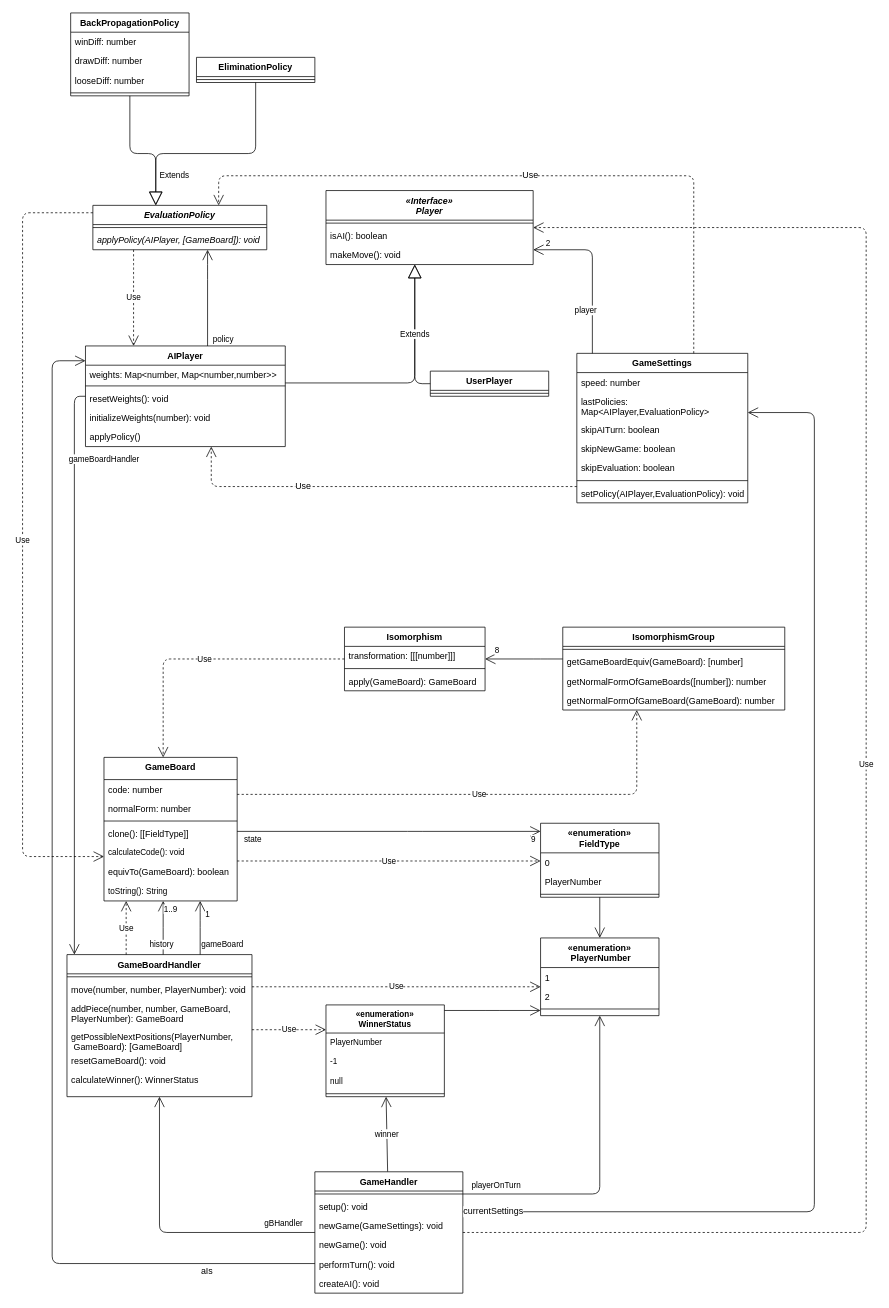
Earlier version of the draw.io diagram ProductBacklog/Klassendiagramme/Planung.drawio (idlaviV/TIKTacToe). Source tidied: cells renumbered, new cells numbered last; positions are measured from the earlier drawing's top-left corner, leaving out a move shared by most shapes. Both pictures are drawn from the tidied source at 74%, with x=0, y=0 at pixel (22, 13).
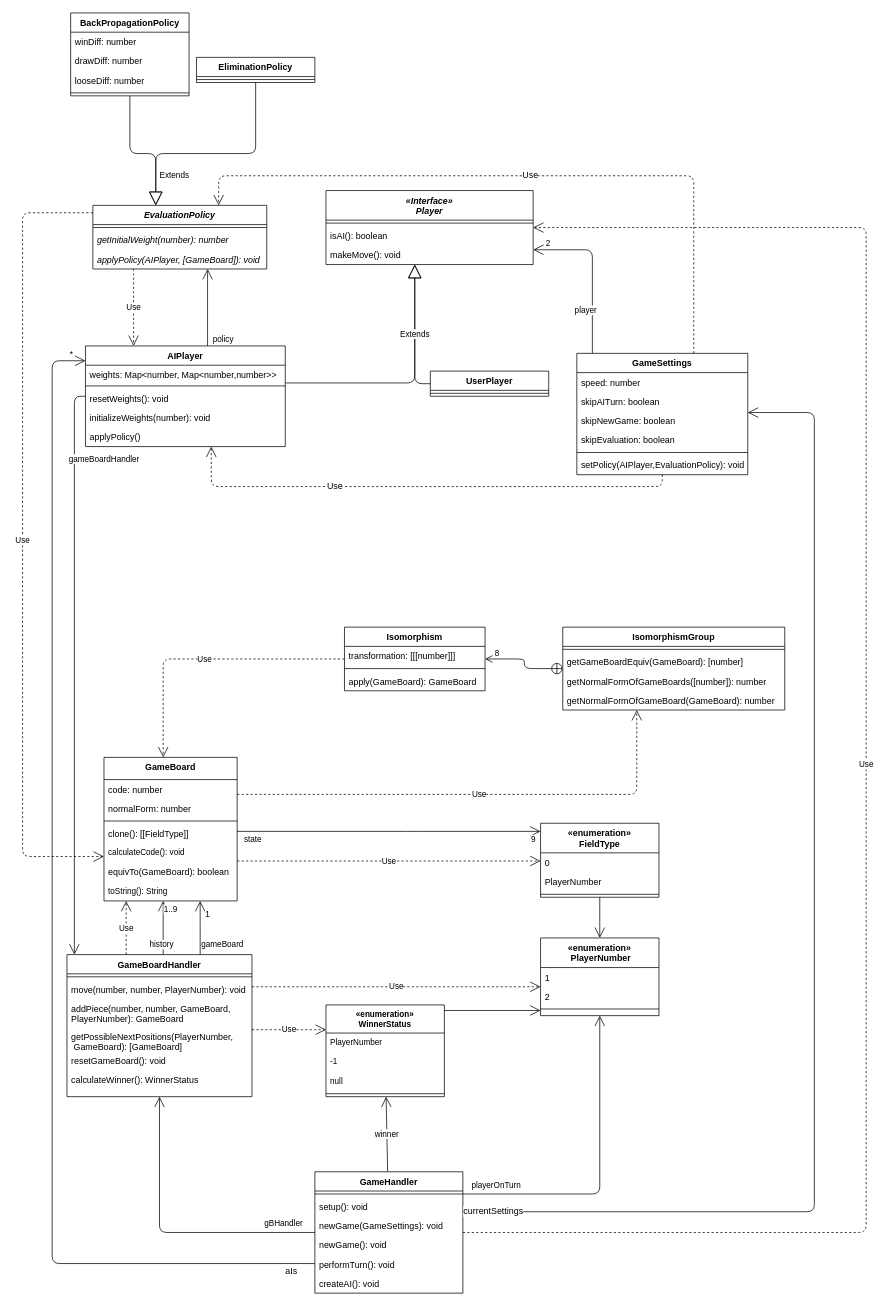
The same diagram, later.

Unchanged cells that the change refers to:
```xml
<mxCell id="35" value="Isomorphism" style="swimlane;fontStyle=1;align=center;verticalAlign=top;horizontal=1;startSize=26;rounded=0;" parent="1" vertex="1">
  <mxGeometry x="435" y="830" width="190" height="86" as="geometry" />
</mxCell>
<mxCell id="39" value="IsomorphismGroup" style="swimlane;fontStyle=1;align=center;verticalAlign=top;horizontal=1;startSize=26;rounded=0;" parent="1" vertex="1">
  <mxGeometry x="730" y="830" width="300" height="112" as="geometry" />
</mxCell>
<mxCell id="44" value="AIPlayer" style="swimlane;fontStyle=1;align=center;verticalAlign=top;horizontal=1;startSize=26;" parent="1" vertex="1">
  <mxGeometry x="85" y="450" width="270" height="136" as="geometry" />
</mxCell>
<mxCell id="79" value="GameHandler" style="swimlane;fontStyle=1;align=center;verticalAlign=top;horizontal=1;startSize=26;labelBackgroundColor=default;fillStyle=auto;" parent="1" vertex="1">
  <mxGeometry x="395" y="1566" width="200" height="164" as="geometry" />
</mxCell>
<mxCell id="112" style="endArrow=open;endFill=1;endSize=12;html=1;edgeStyle=elbowEdgeStyle;" parent="1" edge="1" source="44" target="57">
  <mxGeometry relative="1" as="geometry">
    <Array as="points">
      <mxPoint x="250" y="350" />
    </Array>
  </mxGeometry>
</mxCell>
```

The edit, as a diff of the source:
```diff
@@
     <mxCell id="57" value="EvaluationPolicy" style="swimlane;fontStyle=3;align=center;verticalAlign=top;horizontal=1;startSize=26;" parent="1" vertex="1">
-      <mxGeometry x="95" y="260" width="235" height="60" as="geometry" />
+      <mxGeometry x="95" y="260" width="235" height="86" as="geometry" />
     </mxCell>
@@
+    <mxCell id="114" value="getInitialWeight(number): number" style="text;strokeColor=none;fillColor=none;align=left;verticalAlign=top;spacingLeft=4;spacingRight=4;overflow=hidden;fontStyle=2;" parent="57" vertex="1">
+      <mxGeometry y="34" width="235" height="26" as="geometry" />
+    </mxCell>
     <mxCell id="59" value="applyPolicy(AIPlayer, [GameBoard]): void" style="text;strokeColor=none;fillColor=none;align=left;verticalAlign=top;spacingLeft=4;spacingRight=4;overflow=hidden;fontStyle=2;" parent="57" vertex="1">
-      <mxGeometry y="34" width="235" height="26" as="geometry" />
+      <mxGeometry y="60" width="235" height="26" as="geometry" />
     </mxCell>
@@
     <mxCell id="71" value="GameSettings" style="swimlane;fontStyle=1;align=center;verticalAlign=top;horizontal=1;startSize=26;" parent="1" vertex="1">
-      <mxGeometry x="749" y="460" width="231" height="202" as="geometry" />
+      <mxGeometry x="749" y="460" width="231" height="164" as="geometry" />
     </mxCell>
@@
-    <mxCell id="73" value="lastPolicies:&#10;Map&lt;AIPlayer,EvaluationPolicy&gt;" style="text;strokeColor=none;fillColor=none;align=left;verticalAlign=top;spacingLeft=4;spacingRight=4;overflow=hidden;" parent="71" vertex="1">
-      <mxGeometry y="52" width="231" height="38" as="geometry" />
-    </mxCell>
     <mxCell id="74" value="skipAITurn: boolean" style="text;strokeColor=none;fillColor=none;align=left;verticalAlign=top;spacingLeft=4;spacingRight=4;overflow=hidden;" parent="71" vertex="1">
-      <mxGeometry y="90" width="231" height="26" as="geometry" />
+      <mxGeometry y="52" width="231" height="26" as="geometry" />
     </mxCell>
     <mxCell id="75" value="skipNewGame: boolean" style="text;strokeColor=none;fillColor=none;align=left;verticalAlign=top;spacingLeft=4;spacingRight=4;overflow=hidden;" parent="71" vertex="1">
-      <mxGeometry y="116" width="231" height="26" as="geometry" />
+      <mxGeometry y="78" width="231" height="26" as="geometry" />
     </mxCell>
     <mxCell id="76" value="skipEvaluation: boolean" style="text;strokeColor=none;fillColor=none;align=left;verticalAlign=top;spacingLeft=4;spacingRight=4;overflow=hidden;" parent="71" vertex="1">
-      <mxGeometry y="142" width="231" height="26" as="geometry" />
+      <mxGeometry y="104" width="231" height="26" as="geometry" />
     </mxCell>
     <mxCell id="77" style="line;strokeWidth=1;fillColor=none;align=left;verticalAlign=middle;spacingTop=-1;spacingLeft=3;spacingRight=3;labelPosition=right;strokeColor=inherit;" parent="71" vertex="1">
-      <mxGeometry y="168" width="231" height="8" as="geometry" />
+      <mxGeometry y="130" width="231" height="8" as="geometry" />
     </mxCell>
     <mxCell id="78" value="setPolicy(AIPlayer,EvaluationPolicy): void" style="text;strokeColor=none;fillColor=none;align=left;verticalAlign=top;spacingLeft=4;spacingRight=4;overflow=hidden;" parent="71" vertex="1">
-      <mxGeometry y="176" width="231" height="26" as="geometry" />
+      <mxGeometry y="138" width="231" height="26" as="geometry" />
     </mxCell>
@@
     <mxCell id="86" value="aIs" style="endArrow=open;endSize=12;html=1;rounded=1;fontSize=12;elbow=vertical;edgeStyle=orthogonalEdgeStyle;" parent="1" edge="1" source="79" target="44">
-      <mxGeometry x="-0.82" y="10" relative="1" as="geometry">
+      <mxGeometry x="-0.96" y="10" relative="1" as="geometry">
         <Array as="points">
           <mxPoint x="40" y="1690" />
           <mxPoint x="40" y="470" />
         </Array>
       </mxGeometry>
     </mxCell>
+    <mxCell id="115" value="*" style="edgeLabel;html=1;align=center;verticalAlign=middle;" parent="86" vertex="1">
+      <mxGeometry x="0.93" y="-1" relative="1" as="geometry">
+        <mxPoint x="24" y="-22" as="offset" />
+      </mxGeometry>
+    </mxCell>
@@
-    <mxCell id="106" style="endArrow=open;endFill=1;endSize=12;html=1;edgeStyle=elbowEdgeStyle;" parent="1" edge="1" source="39" target="35">
-      <mxGeometry relative="1" as="geometry">
-        <Array as="points">
-          <mxPoint x="700" y="873" />
-          <mxPoint x="680" y="856" />
-        </Array>
-      </mxGeometry>
-    </mxCell>
-    <mxCell id="107" value="8" style="edgeLabel;html=1;align=center;verticalAlign=middle;" parent="106" vertex="1">
-      <mxGeometry x="-0.1" y="1" relative="1" as="geometry">
-        <mxPoint x="-43" y="-14" as="offset" />
-      </mxGeometry>
-    </mxCell>
@@
     <mxCell id="113" value="policy" style="edgeLabel;html=1;align=center;verticalAlign=middle;" parent="112" vertex="1">
       <mxGeometry x="-0.63" y="3" relative="1" as="geometry">
-        <mxPoint x="23" y="14" as="offset" />
+        <mxPoint x="23" y="9" as="offset" />
       </mxGeometry>
     </mxCell>
+    <mxCell id="106" style="endArrow=open;startArrow=circlePlus;endFill=0;startFill=0;endSize=8;html=1;edgeStyle=elbowEdgeStyle;" parent="1" edge="1" source="39" target="35">
+      <mxGeometry relative="1" as="geometry" />
+    </mxCell>
+    <mxCell id="107" value="8" style="edgeLabel;html=1;align=center;verticalAlign=middle;" parent="106" vertex="1">
+      <mxGeometry x="0.61" y="-1" relative="1" as="geometry">
+        <mxPoint x="-8" y="-8" as="offset" />
+      </mxGeometry>
+    </mxCell>
```
